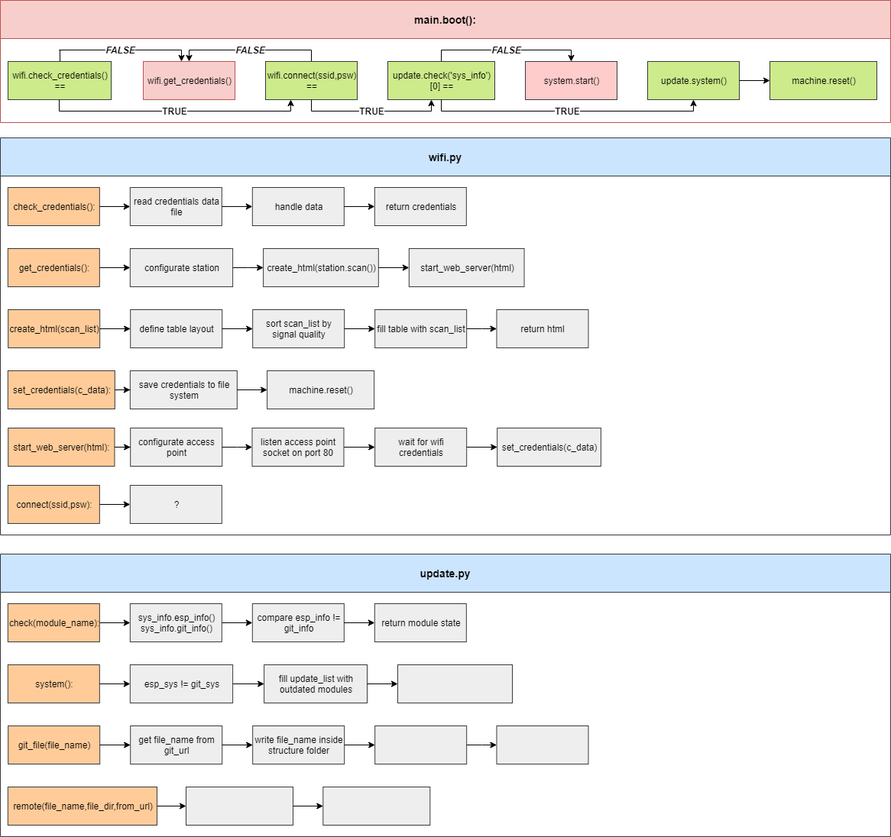
Earlier version of the draw.io export img/esp_structure.png (marsex/esp_structure). Source tidied: cells renumbered, new cells last; positions are measured from the earlier drawing's top-left corner, leaving out a move shared by most shapes.
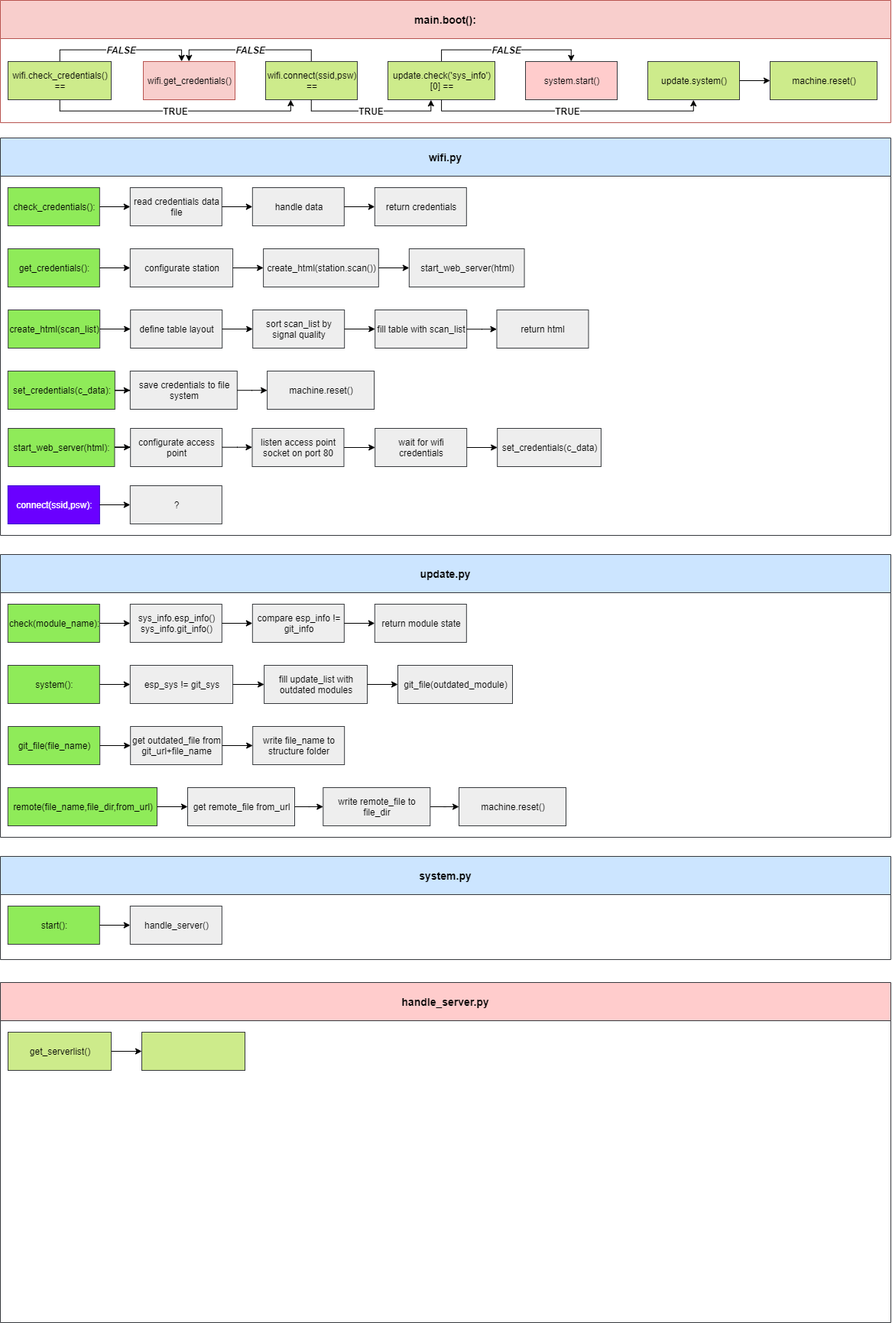
The same file after the commit.

What changed in the source:
```diff
@@ -2,7 +2,7 @@
   <root>
     <mxCell id="0" />
     <mxCell id="1" parent="0" />
-    <mxCell id="2" value="main.boot():" style="swimlane;strokeColor=#b85450;fillColor=#f8cecc;fontSize=14;startSize=50;flipH=1;swimlaneFillColor=#ffffff;" parent="1" vertex="1">
+    <mxCell id="2" value="main.boot():" style="swimlane;strokeColor=#b85450;fillColor=#f8cecc;fontSize=14;startSize=50;flipH=1;swimlaneFillColor=none;" parent="1" vertex="1">
       <mxGeometry width="1165" height="160" as="geometry" />
     </mxCell>
     <mxCell id="3" value="wifi.get_credentials()" style="rounded=0;whiteSpace=wrap;html=1;fillColor=#f8cecc;strokeColor=#b85450;" parent="2" vertex="1">
@@ -80,7 +80,7 @@
     <mxCell id="17" value="update.py" style="swimlane;strokeColor=#36393d;fillColor=#cce5ff;fontSize=14;startSize=50;flipH=1;swimlaneFillColor=none;" parent="1" vertex="1">
       <mxGeometry y="725" width="1165" height="370" as="geometry" />
     </mxCell>
-    <mxCell id="18" value="check(module_name):" style="rounded=0;whiteSpace=wrap;html=1;fillColor=#ffcc99;strokeColor=#36393d;" parent="17" vertex="1">
+    <mxCell id="18" value="check(module_name):" style="rounded=0;whiteSpace=wrap;html=1;fillColor=#8FEB59;strokeColor=#36393d;" parent="17" vertex="1">
       <mxGeometry x="9.8" y="65" width="120" height="50" as="geometry" />
     </mxCell>
     <mxCell id="19" value="sys_info.esp_info()&lt;br&gt;sys_info.git_info()" style="rounded=0;whiteSpace=wrap;html=1;fillColor=#eeeeee;strokeColor=#36393d;" parent="17" vertex="1">
@@ -101,7 +101,7 @@
     <mxCell id="24" style="edgeStyle=orthogonalEdgeStyle;rounded=0;jettySize=auto;html=1;exitX=1;exitY=0.5;exitDx=0;exitDy=0;entryX=0;entryY=0.5;entryDx=0;entryDy=0;fontColor=#000000;" parent="17" edge="1" source="21" target="23">
       <mxGeometry relative="1" as="geometry" />
     </mxCell>
-    <mxCell id="25" value="system():" style="rounded=0;whiteSpace=wrap;html=1;fillColor=#ffcc99;strokeColor=#36393d;" parent="17" vertex="1">
+    <mxCell id="25" value="system():" style="rounded=0;whiteSpace=wrap;html=1;fillColor=#8FEB59;strokeColor=#36393d;" parent="17" vertex="1">
       <mxGeometry x="9.8" y="145" width="120" height="50" as="geometry" />
     </mxCell>
     <mxCell id="26" value="&lt;span style=&quot;white-space: normal&quot;&gt;esp_sys != git_sys&lt;/span&gt;" style="rounded=0;whiteSpace=wrap;html=1;fillColor=#eeeeee;strokeColor=#36393d;" parent="17" vertex="1">
@@ -115,45 +115,39 @@
         <mxPoint x="169.8" y="480" as="targetPoint" />
       </mxGeometry>
     </mxCell>
-    <mxCell id="29" value="git_file(file_name)" style="rounded=0;whiteSpace=wrap;html=1;fillColor=#ffcc99;strokeColor=#36393d;" parent="17" vertex="1">
+    <mxCell id="29" value="git_file(file_name)" style="rounded=0;whiteSpace=wrap;html=1;fillColor=#8FEB59;strokeColor=#36393d;" parent="17" vertex="1">
       <mxGeometry x="10.2" y="225" width="120" height="50" as="geometry" />
     </mxCell>
-    <mxCell id="30" value="get file_name from git_url" style="rounded=0;whiteSpace=wrap;html=1;fillColor=#eeeeee;strokeColor=#36393d;" parent="17" vertex="1">
+    <mxCell id="30" value="get outdated_file from git_url+file_name" style="rounded=0;whiteSpace=wrap;html=1;fillColor=#eeeeee;strokeColor=#36393d;" parent="17" vertex="1">
       <mxGeometry x="170.2" y="225" width="120" height="50" as="geometry" />
     </mxCell>
     <mxCell id="31" style="edgeStyle=orthogonalEdgeStyle;rounded=0;jettySize=auto;html=1;fontSize=12;fontColor=#000000;" parent="17" edge="1" source="29" target="30">
       <mxGeometry relative="1" as="geometry" />
     </mxCell>
-    <mxCell id="32" value="write file_name inside structure folder" style="rounded=0;whiteSpace=wrap;html=1;fillColor=#eeeeee;strokeColor=#36393d;" parent="17" vertex="1">
+    <mxCell id="32" value="write file_name to structure folder" style="rounded=0;whiteSpace=wrap;html=1;fillColor=#eeeeee;strokeColor=#36393d;" parent="17" vertex="1">
       <mxGeometry x="330.2" y="225" width="120" height="50" as="geometry" />
     </mxCell>
     <mxCell id="33" style="edgeStyle=orthogonalEdgeStyle;rounded=0;jettySize=auto;html=1;fontSize=12;fontColor=#000000;" parent="17" edge="1" source="30" target="32">
       <mxGeometry relative="1" as="geometry" />
     </mxCell>
-    <mxCell id="34" style="rounded=0;whiteSpace=wrap;html=1;fillColor=#eeeeee;strokeColor=#36393d;" parent="17" vertex="1">
-      <mxGeometry x="490.2" y="225" width="120" height="50" as="geometry" />
-    </mxCell>
-    <mxCell id="35" style="edgeStyle=orthogonalEdgeStyle;rounded=0;jettySize=auto;html=1;fontSize=12;fontColor=#000000;" parent="17" edge="1" source="32" target="34">
-      <mxGeometry relative="1" as="geometry" />
-    </mxCell>
-    <mxCell id="36" style="rounded=0;whiteSpace=wrap;html=1;fillColor=#eeeeee;strokeColor=#36393d;" parent="17" vertex="1">
-      <mxGeometry x="649.5" y="225" width="120" height="50" as="geometry" />
-    </mxCell>
-    <mxCell id="37" style="edgeStyle=orthogonalEdgeStyle;rounded=0;jettySize=auto;html=1;fontSize=12;fontColor=#000000;" parent="17" edge="1" source="34" target="36">
-      <mxGeometry relative="1" as="geometry" />
-    </mxCell>
-    <mxCell id="38" value="remote(file_name,file_dir,from_url)" style="rounded=0;whiteSpace=wrap;html=1;fillColor=#ffcc99;strokeColor=#36393d;" parent="17" vertex="1">
+    <mxCell id="38" value="remote(file_name,file_dir,from_url)" style="rounded=0;whiteSpace=wrap;html=1;fillColor=#8FEB59;strokeColor=#36393d;" parent="17" vertex="1">
       <mxGeometry x="9.8" y="305" width="195.2" height="50" as="geometry" />
     </mxCell>
-    <mxCell id="39" style="rounded=0;whiteSpace=wrap;html=1;fillColor=#eeeeee;strokeColor=#36393d;" parent="17" vertex="1">
-      <mxGeometry x="243" y="305" width="140" height="50" as="geometry" />
+    <mxCell id="39" value="get&amp;nbsp;remote_file from_url" style="rounded=0;whiteSpace=wrap;html=1;fillColor=#eeeeee;strokeColor=#36393d;" parent="17" vertex="1">
+      <mxGeometry x="245" y="305" width="140" height="50" as="geometry" />
     </mxCell>
     <mxCell id="40" style="edgeStyle=orthogonalEdgeStyle;rounded=0;jettySize=auto;html=1;fontSize=12;fontColor=#000000;" parent="17" edge="1" source="38" target="39">
       <mxGeometry relative="1" as="geometry" />
     </mxCell>
+    <mxCell id="93" style="edgeStyle=orthogonalEdgeStyle;rounded=0;jettySize=auto;html=1;" parent="17" edge="1" source="41" target="94">
+      <mxGeometry relative="1" as="geometry" />
+    </mxCell>
-    <mxCell id="41" style="rounded=0;whiteSpace=wrap;html=1;fillColor=#eeeeee;strokeColor=#36393d;" parent="17" vertex="1">
+    <mxCell id="41" value="write&amp;nbsp;remote_file to file_dir" style="rounded=0;whiteSpace=wrap;html=1;fillColor=#eeeeee;strokeColor=#36393d;" parent="17" vertex="1">
       <mxGeometry x="422.3" y="305" width="140" height="50" as="geometry" />
     </mxCell>
+    <mxCell id="94" value="machine.reset()" style="rounded=0;whiteSpace=wrap;html=1;fillColor=#eeeeee;strokeColor=#36393d;" parent="17" vertex="1">
+      <mxGeometry x="600" y="305" width="140" height="50" as="geometry" />
+    </mxCell>
     <mxCell id="42" style="edgeStyle=orthogonalEdgeStyle;rounded=0;jettySize=auto;html=1;fontSize=12;fontColor=#000000;" parent="17" edge="1" source="39" target="41">
       <mxGeometry relative="1" as="geometry" />
     </mxCell>
@@ -165,7 +159,7 @@
     <mxCell id="44" value="&lt;span style=&quot;white-space: normal&quot;&gt;fill update_list with outdated modules&lt;/span&gt;" style="rounded=0;whiteSpace=wrap;html=1;fillColor=#eeeeee;strokeColor=#36393d;" parent="17" vertex="1">
       <mxGeometry x="345.1" y="145" width="134.9" height="50" as="geometry" />
     </mxCell>
-    <mxCell id="45" style="rounded=0;whiteSpace=wrap;html=1;fillColor=#eeeeee;strokeColor=#36393d;" parent="17" vertex="1">
+    <mxCell id="45" value="git_file(outdated_module)" style="rounded=0;whiteSpace=wrap;html=1;fillColor=#eeeeee;strokeColor=#36393d;" parent="17" vertex="1">
       <mxGeometry x="520" y="145" width="150" height="50" as="geometry" />
     </mxCell>
     <mxCell id="46" style="edgeStyle=orthogonalEdgeStyle;rounded=0;jettySize=auto;html=1;fontSize=12;fontColor=#000000;" parent="17" edge="1" source="44" target="45">
@@ -194,13 +188,13 @@
         <mxPoint x="149.5" y="405" as="sourcePoint" />
       </mxGeometry>
     </mxCell>
-    <mxCell id="52" value="wifi.py" style="swimlane;strokeColor=#36393d;fillColor=#cce5ff;fontSize=14;startSize=50;flipH=1;swimlaneFillColor=#ffffff;" parent="1" vertex="1">
+    <mxCell id="52" value="wifi.py" style="swimlane;strokeColor=#36393d;fillColor=#cce5ff;fontSize=14;startSize=50;flipH=1;swimlaneFillColor=none;" parent="1" vertex="1">
       <mxGeometry y="180" width="1165" height="520" as="geometry" />
     </mxCell>
-    <mxCell id="53" value="start_web_server(html):" style="rounded=0;whiteSpace=wrap;html=1;fillColor=#ffcc99;strokeColor=#36393d;" parent="52" vertex="1">
+    <mxCell id="53" value="start_web_server(html):" style="rounded=0;whiteSpace=wrap;html=1;fillColor=#8FEB59;strokeColor=#36393d;" parent="52" vertex="1">
       <mxGeometry x="10.2" y="380" width="139.3" height="50" as="geometry" />
     </mxCell>
-    <mxCell id="54" value="check_credentials():" style="rounded=0;whiteSpace=wrap;html=1;fillColor=#ffcc99;strokeColor=#36393d;" parent="52" vertex="1">
+    <mxCell id="54" value="check_credentials():" style="rounded=0;whiteSpace=wrap;html=1;fillColor=#8FEB59;strokeColor=#36393d;" parent="52" vertex="1">
       <mxGeometry x="9.8" y="65" width="120" height="50" as="geometry" />
     </mxCell>
     <mxCell id="55" value="read credentials data file" style="rounded=0;whiteSpace=wrap;html=1;fillColor=#eeeeee;strokeColor=#36393d;" parent="52" vertex="1">
@@ -221,7 +215,7 @@
     <mxCell id="60" style="edgeStyle=orthogonalEdgeStyle;rounded=0;jettySize=auto;html=1;exitX=1;exitY=0.5;exitDx=0;exitDy=0;entryX=0;entryY=0.5;entryDx=0;entryDy=0;fontColor=#000000;" parent="52" edge="1" source="57" target="59">
       <mxGeometry relative="1" as="geometry" />
     </mxCell>
-    <mxCell id="61" value="get_credentials():" style="rounded=0;whiteSpace=wrap;html=1;fillColor=#ffcc99;strokeColor=#36393d;" parent="52" vertex="1">
+    <mxCell id="61" value="get_credentials():" style="rounded=0;whiteSpace=wrap;html=1;fillColor=#8FEB59;strokeColor=#36393d;" parent="52" vertex="1">
       <mxGeometry x="9.8" y="145" width="120" height="50" as="geometry" />
     </mxCell>
     <mxCell id="62" value="configurate station" style="rounded=0;whiteSpace=wrap;html=1;fillColor=#eeeeee;strokeColor=#36393d;" parent="52" vertex="1">
@@ -230,7 +224,7 @@
     <mxCell id="63" style="edgeStyle=orthogonalEdgeStyle;rounded=0;jettySize=auto;html=1;fontColor=#000000;" parent="52" edge="1" source="61" target="62">
       <mxGeometry relative="1" as="geometry" />
     </mxCell>
-    <mxCell id="64" value="connect(ssid,psw):" style="rounded=0;whiteSpace=wrap;html=1;fillColor=#ffcc99;strokeColor=#36393d;" parent="52" vertex="1">
+    <mxCell id="64" value="connect(ssid,psw):" style="rounded=0;whiteSpace=wrap;html=1;fillColor=#6a00ff;strokeColor=#3700CC;fontColor=#ffffff;" parent="52" vertex="1">
       <mxGeometry x="9.8" y="455" width="120" height="50" as="geometry" />
     </mxCell>
     <mxCell id="65" value="?" style="rounded=0;whiteSpace=wrap;html=1;fillColor=#eeeeee;strokeColor=#36393d;" parent="52" vertex="1">
@@ -239,7 +233,7 @@
     <mxCell id="66" style="edgeStyle=orthogonalEdgeStyle;rounded=0;jettySize=auto;html=1;fontSize=12;fontColor=#000000;" parent="52" edge="1" source="64" target="65">
       <mxGeometry relative="1" as="geometry" />
     </mxCell>
-    <mxCell id="67" value="create_html(scan_list)" style="rounded=0;whiteSpace=wrap;html=1;fillColor=#ffcc99;strokeColor=#36393d;" parent="52" vertex="1">
+    <mxCell id="67" value="create_html(scan_list)" style="rounded=0;whiteSpace=wrap;html=1;fillColor=#8FEB59;strokeColor=#36393d;" parent="52" vertex="1">
       <mxGeometry x="10.2" y="225" width="120" height="50" as="geometry" />
     </mxCell>
     <mxCell id="68" value="define table layout" style="rounded=0;whiteSpace=wrap;html=1;fillColor=#eeeeee;strokeColor=#36393d;" parent="52" vertex="1">
@@ -266,7 +260,7 @@
     <mxCell id="75" style="edgeStyle=orthogonalEdgeStyle;rounded=0;jettySize=auto;html=1;fontSize=12;fontColor=#000000;" parent="52" edge="1" source="72" target="74">
       <mxGeometry relative="1" as="geometry" />
     </mxCell>
-    <mxCell id="76" value="set_credentials(c_data):" style="rounded=0;whiteSpace=wrap;html=1;fillColor=#ffcc99;strokeColor=#36393d;" parent="52" vertex="1">
+    <mxCell id="76" value="set_credentials(c_data):" style="rounded=0;whiteSpace=wrap;html=1;fillColor=#8FEB59;strokeColor=#36393d;" parent="52" vertex="1">
       <mxGeometry x="9.8" y="305" width="140" height="50" as="geometry" />
     </mxCell>
     <mxCell id="77" value="save credentials to file system" style="rounded=0;whiteSpace=wrap;html=1;fillColor=#eeeeee;strokeColor=#36393d;" parent="52" vertex="1">
@@ -317,5 +311,94 @@
     <mxCell id="92" style="edgeStyle=orthogonalEdgeStyle;rounded=0;jettySize=auto;html=1;fontSize=12;fontColor=#000000;" parent="52" edge="1" source="53" target="88">
       <mxGeometry relative="1" as="geometry" />
     </mxCell>
+    <mxCell id="95" value="system.py" style="swimlane;strokeColor=#36393d;fillColor=#cce5ff;fontSize=14;startSize=50;flipH=1;swimlaneFillColor=none;" parent="1" vertex="1">
+      <mxGeometry y="1120" width="1165" height="135" as="geometry" />
+    </mxCell>
+    <mxCell id="96" value="start():" style="rounded=0;whiteSpace=wrap;html=1;fillColor=#8FEB59;strokeColor=#36393d;" parent="95" vertex="1">
+      <mxGeometry x="9.8" y="65" width="120" height="50" as="geometry" />
+    </mxCell>
+    <mxCell id="97" value="handle_server()" style="rounded=0;whiteSpace=wrap;html=1;fillColor=#eeeeee;strokeColor=#36393d;" parent="95" vertex="1">
+      <mxGeometry x="169.8" y="65" width="120" height="50" as="geometry" />
+    </mxCell>
+    <mxCell id="98" style="edgeStyle=orthogonalEdgeStyle;rounded=0;jettySize=auto;html=1;fontColor=#000000;" parent="95" edge="1" source="96" target="97">
+      <mxGeometry relative="1" as="geometry" />
+    </mxCell>
+    <mxCell id="99" style="edgeStyle=orthogonalEdgeStyle;rounded=0;orthogonalLoop=1;jettySize=auto;html=1;fontSize=12;fontColor=#000000;" parent="95" edge="1">
+      <mxGeometry relative="1" as="geometry">
+        <mxPoint x="169.8" y="480" as="targetPoint" />
+      </mxGeometry>
+    </mxCell>
+    <mxCell id="100" style="edgeStyle=orthogonalEdgeStyle;rounded=0;orthogonalLoop=1;jettySize=auto;html=1;fontSize=12;fontColor=#000000;" parent="95" edge="1">
+      <mxGeometry relative="1" as="geometry">
+        <mxPoint x="929.5" y="405" as="sourcePoint" />
+      </mxGeometry>
+    </mxCell>
+    <mxCell id="101" style="edgeStyle=orthogonalEdgeStyle;rounded=0;orthogonalLoop=1;jettySize=auto;html=1;fontSize=12;fontColor=#000000;" parent="95" edge="1">
+      <mxGeometry relative="1" as="geometry">
+        <mxPoint x="290.2" y="405" as="sourcePoint" />
+      </mxGeometry>
+    </mxCell>
+    <mxCell id="102" style="edgeStyle=orthogonalEdgeStyle;rounded=0;orthogonalLoop=1;jettySize=auto;html=1;fontSize=12;fontColor=#000000;" parent="95" edge="1">
+      <mxGeometry relative="1" as="geometry">
+        <mxPoint x="780" y="405" as="sourcePoint" />
+      </mxGeometry>
+    </mxCell>
+    <mxCell id="103" style="edgeStyle=orthogonalEdgeStyle;rounded=0;orthogonalLoop=1;jettySize=auto;html=1;fontSize=12;fontColor=#000000;" parent="95" edge="1">
+      <mxGeometry relative="1" as="geometry">
+        <mxPoint x="609.5" y="405" as="sourcePoint" />
+      </mxGeometry>
+    </mxCell>
+    <mxCell id="104" style="edgeStyle=orthogonalEdgeStyle;rounded=0;orthogonalLoop=1;jettySize=auto;html=1;fontSize=12;fontColor=#000000;" parent="95" edge="1">
+      <mxGeometry relative="1" as="geometry">
+        <mxPoint x="149.5" y="405" as="sourcePoint" />
+      </mxGeometry>
+    </mxCell>
+    <mxCell id="105" value="handle_server.py" style="swimlane;strokeColor=#36393d;fillColor=#ffcccc;fontSize=14;startSize=50;flipH=1;swimlaneFillColor=none;" parent="1" vertex="1">
+      <mxGeometry y="1285" width="1165" height="445" as="geometry" />
+    </mxCell>
+    <mxCell id="106" style="edgeStyle=orthogonalEdgeStyle;rounded=0;jettySize=auto;html=1;fontColor=#000000;" parent="105" edge="1" target="x">
+      <mxGeometry relative="1" as="geometry">
+        <mxPoint x="129.8" y="90" as="sourcePoint" />
+      </mxGeometry>
+    </mxCell>
+    <mxCell id="107" style="edgeStyle=orthogonalEdgeStyle;rounded=0;orthogonalLoop=1;jettySize=auto;html=1;fontSize=12;fontColor=#000000;" parent="105" edge="1">
+      <mxGeometry relative="1" as="geometry">
+        <mxPoint x="169.8" y="480" as="targetPoint" />
+      </mxGeometry>
+    </mxCell>
+    <mxCell id="108" style="edgeStyle=orthogonalEdgeStyle;rounded=0;orthogonalLoop=1;jettySize=auto;html=1;fontSize=12;fontColor=#000000;" parent="105" edge="1">
+      <mxGeometry relative="1" as="geometry">
+        <mxPoint x="929.5" y="405" as="sourcePoint" />
+      </mxGeometry>
+    </mxCell>
+    <mxCell id="109" style="edgeStyle=orthogonalEdgeStyle;rounded=0;orthogonalLoop=1;jettySize=auto;html=1;fontSize=12;fontColor=#000000;" parent="105" edge="1">
+      <mxGeometry relative="1" as="geometry">
+        <mxPoint x="290.2" y="405" as="sourcePoint" />
+      </mxGeometry>
+    </mxCell>
+    <mxCell id="110" style="edgeStyle=orthogonalEdgeStyle;rounded=0;orthogonalLoop=1;jettySize=auto;html=1;fontSize=12;fontColor=#000000;" parent="105" edge="1">
+      <mxGeometry relative="1" as="geometry">
+        <mxPoint x="780" y="405" as="sourcePoint" />
+      </mxGeometry>
+    </mxCell>
+    <mxCell id="111" style="edgeStyle=orthogonalEdgeStyle;rounded=0;orthogonalLoop=1;jettySize=auto;html=1;fontSize=12;fontColor=#000000;" parent="105" edge="1">
+      <mxGeometry relative="1" as="geometry">
+        <mxPoint x="609.5" y="405" as="sourcePoint" />
+      </mxGeometry>
+    </mxCell>
+    <mxCell id="112" style="edgeStyle=orthogonalEdgeStyle;rounded=0;orthogonalLoop=1;jettySize=auto;html=1;fontSize=12;fontColor=#000000;" parent="105" edge="1">
+      <mxGeometry relative="1" as="geometry">
+        <mxPoint x="149.5" y="405" as="sourcePoint" />
+      </mxGeometry>
+    </mxCell>
+    <mxCell id="113" style="edgeStyle=orthogonalEdgeStyle;rounded=0;jettySize=auto;html=1;fontColor=#FFFFFF;" parent="105" edge="1" source="114" target="115">
+      <mxGeometry relative="1" as="geometry" />
+    </mxCell>
+    <mxCell id="114" value="get_serverlist()" style="rounded=0;whiteSpace=wrap;html=1;fillColor=#cdeb8b;strokeColor=#36393d;" parent="105" vertex="1">
+      <mxGeometry x="10" y="65" width="135" height="50" as="geometry" />
+    </mxCell>
+    <mxCell id="115" style="rounded=0;whiteSpace=wrap;html=1;fillColor=#cdeb8b;strokeColor=#36393d;" parent="105" vertex="1">
+      <mxGeometry x="185" y="65" width="135" height="50" as="geometry" />
+    </mxCell>
   </root>
 </mxGraphModel>
```
